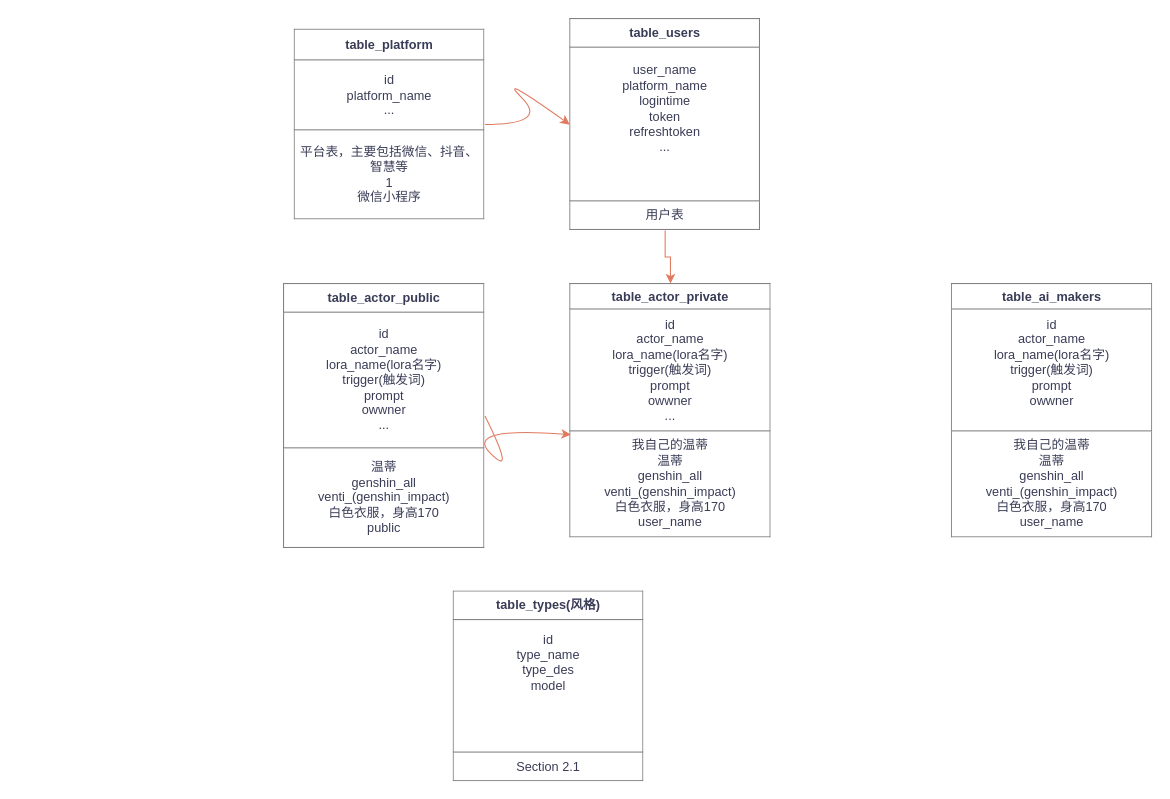
Before: 未命名绘图.drawio in caining0/aa_drawio, a draw.io diagram. Source tidied: cells renumbered, new cells numbered last; positions are measured from the earlier drawing's top-left corner, leaving out a move shared by most shapes. Both pictures are drawn from the tidied source at 106%, with x=0, y=0 at pixel (283, 18).
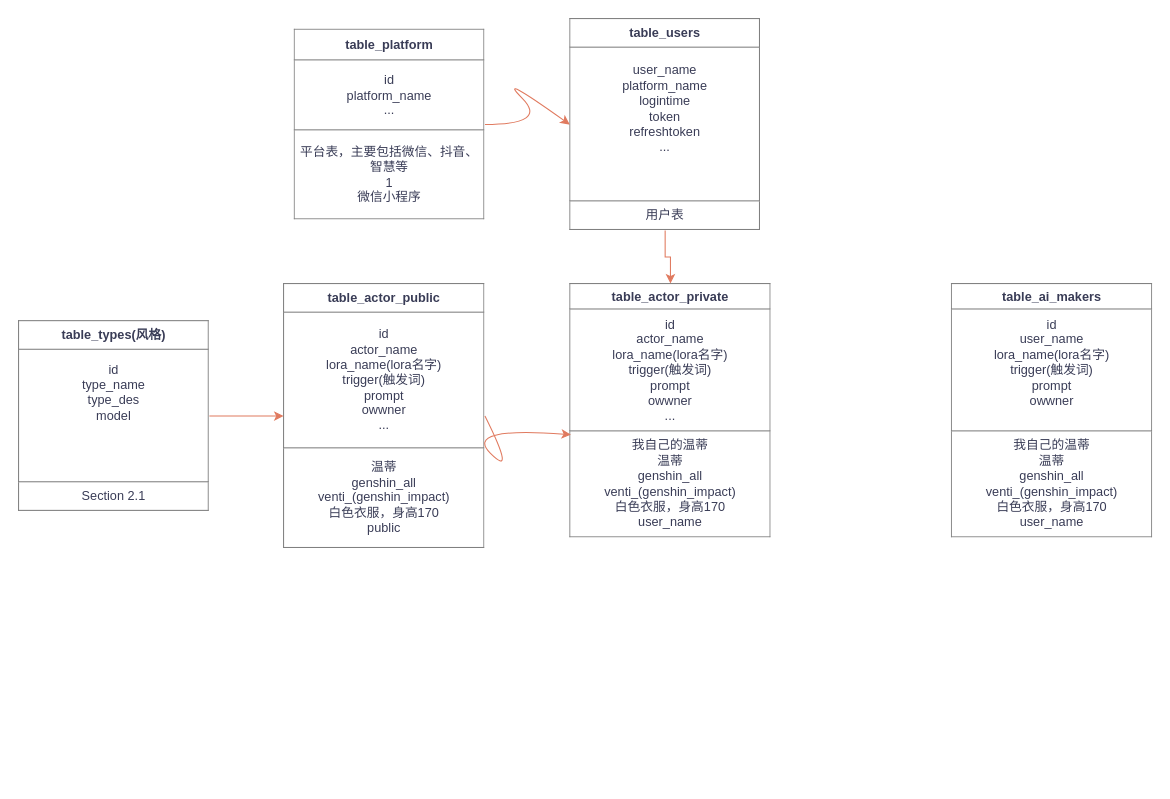
The same page after the edit.

Commit message:
更新未命名绘图.drawio

Diff of the diagram source:
```diff
@@
 <mxGraphModel>
   <root>
     <mxCell id="0" />
     <mxCell id="1" parent="0" />
     <mxCell id="2" value="&lt;table border=&quot;1&quot; width=&quot;100%&quot; height=&quot;100%&quot; cellpadding=&quot;4&quot; style=&quot;width:100%;height:100%;border-collapse:collapse;&quot;&gt;&lt;tbody&gt;&lt;tr&gt;&lt;th align=&quot;center&quot;&gt;table_actor_public&lt;/th&gt;&lt;/tr&gt;&lt;tr&gt;&lt;td align=&quot;center&quot;&gt;id&lt;br&gt;actor_name&lt;br&gt;lora_name(lora名字)&lt;br&gt;trigger(触发词)&lt;br&gt;prompt&lt;br&gt;owwner&lt;br&gt;...&lt;/td&gt;&lt;/tr&gt;&lt;tr&gt;&lt;td align=&quot;center&quot;&gt;温蒂&lt;br&gt;genshin_all&lt;br&gt;venti_(genshin_impact)&lt;br&gt;白色衣服，身高170&lt;br&gt;public&lt;/td&gt;&lt;/tr&gt;&lt;/tbody&gt;&lt;/table&gt;" style="text;html=1;whiteSpace=wrap;strokeColor=none;fillColor=none;overflow=fill;fontColor=#393C56;" parent="1" vertex="1">
       <mxGeometry y="250" width="190" height="250" as="geometry" />
     </mxCell>
     <mxCell id="3" value="&lt;table border=&quot;1&quot; width=&quot;100%&quot; height=&quot;100%&quot; cellpadding=&quot;4&quot; style=&quot;width:100%;height:100%;border-collapse:collapse;&quot;&gt;&lt;tbody&gt;&lt;tr&gt;&lt;th align=&quot;center&quot;&gt;table_actor_private&lt;/th&gt;&lt;/tr&gt;&lt;tr&gt;&lt;td align=&quot;center&quot;&gt;id&lt;br&gt;actor_name&lt;br&gt;lora_name(lora名字)&lt;br&gt;trigger(触发词)&lt;br&gt;prompt&lt;br&gt;owwner&lt;br&gt;...&lt;/td&gt;&lt;/tr&gt;&lt;tr&gt;&lt;td align=&quot;center&quot;&gt;我自己的温蒂&lt;br&gt;温蒂&lt;br&gt;genshin_all&lt;br&gt;venti_(genshin_impact)&lt;br&gt;白色衣服，身高170&lt;br&gt;user_name&lt;br&gt;&lt;/td&gt;&lt;/tr&gt;&lt;/tbody&gt;&lt;/table&gt;" style="text;html=1;whiteSpace=wrap;strokeColor=none;fillColor=none;overflow=fill;fontColor=#393C56;" parent="1" vertex="1">
       <mxGeometry x="270" y="250" width="190" height="240" as="geometry" />
     </mxCell>
+    <mxCell id="11" style="edgeStyle=orthogonalEdgeStyle;rounded=0;jettySize=auto;html=1;strokeColor=#E07A5F;fontColor=#393C56;fillColor=#F2CC8F;" parent="1" edge="1" source="4" target="2">
+      <mxGeometry relative="1" as="geometry" />
+    </mxCell>
     <mxCell id="4" value="&lt;table border=&quot;1&quot; width=&quot;100%&quot; height=&quot;100%&quot; cellpadding=&quot;4&quot; style=&quot;width:100%;height:100%;border-collapse:collapse;&quot;&gt;&lt;tbody&gt;&lt;tr&gt;&lt;th align=&quot;center&quot;&gt;table_types(风格)&lt;/th&gt;&lt;/tr&gt;&lt;tr&gt;&lt;td align=&quot;center&quot;&gt;id&lt;br&gt;type_name&lt;br&gt;type_des&lt;br&gt;model&lt;br&gt;&lt;br&gt;&lt;br&gt;&lt;br&gt;&lt;/td&gt;&lt;/tr&gt;&lt;tr&gt;&lt;td align=&quot;center&quot;&gt;Section 2.1&lt;br&gt;&lt;/td&gt;&lt;/tr&gt;&lt;/tbody&gt;&lt;/table&gt;" style="text;html=1;whiteSpace=wrap;strokeColor=none;fillColor=none;overflow=fill;fontColor=#393C56;" parent="1" vertex="1">
-      <mxGeometry x="160" y="540" width="180" height="180" as="geometry" />
+      <mxGeometry x="-250" y="285" width="180" height="180" as="geometry" />
     </mxCell>
     <mxCell id="5" style="edgeStyle=orthogonalEdgeStyle;rounded=0;jettySize=auto;html=1;strokeColor=#E07A5F;fontColor=#393C56;fillColor=#F2CC8F;" parent="1" edge="1" source="6" target="3">
       <mxGeometry relative="1" as="geometry" />
     </mxCell>
     <mxCell id="6" value="&lt;table border=&quot;1&quot; width=&quot;100%&quot; height=&quot;100%&quot; cellpadding=&quot;4&quot; style=&quot;width:100%;height:100%;border-collapse:collapse;&quot;&gt;&lt;tbody&gt;&lt;tr&gt;&lt;th align=&quot;center&quot;&gt;table_users&lt;/th&gt;&lt;/tr&gt;&lt;tr&gt;&lt;td align=&quot;center&quot;&gt;user_name&lt;br&gt;platform_name&lt;br&gt;logintime&lt;br&gt;token&lt;br&gt;refreshtoken&lt;br&gt;...&lt;br&gt;&lt;br&gt;&lt;br&gt;&lt;/td&gt;&lt;/tr&gt;&lt;tr&gt;&lt;td align=&quot;center&quot;&gt;用户表&lt;br&gt;&lt;/td&gt;&lt;/tr&gt;&lt;/tbody&gt;&lt;/table&gt;" style="text;html=1;whiteSpace=wrap;strokeColor=none;fillColor=none;overflow=fill;fontColor=#393C56;" parent="1" vertex="1">
       <mxGeometry x="270" width="180" height="200" as="geometry" />
     </mxCell>
     <mxCell id="7" value="&lt;table border=&quot;1&quot; width=&quot;100%&quot; height=&quot;100%&quot; cellpadding=&quot;4&quot; style=&quot;width:100%;height:100%;border-collapse:collapse;&quot;&gt;&lt;tbody&gt;&lt;tr&gt;&lt;th align=&quot;center&quot;&gt;table_platform&lt;/th&gt;&lt;/tr&gt;&lt;tr&gt;&lt;td align=&quot;center&quot;&gt;id&lt;br&gt;platform_name&lt;br&gt;...&lt;/td&gt;&lt;/tr&gt;&lt;tr&gt;&lt;td align=&quot;center&quot;&gt;平台表，主要包括微信、抖音、智慧等&lt;br&gt;1&lt;br&gt;微信小程序&lt;/td&gt;&lt;/tr&gt;&lt;/tbody&gt;&lt;/table&gt;" style="text;html=1;whiteSpace=wrap;strokeColor=none;fillColor=none;overflow=fill;fontColor=#393C56;" parent="1" vertex="1">
       <mxGeometry x="10" y="10" width="180" height="180" as="geometry" />
     </mxCell>
     <mxCell id="8" style="curved=1;endArrow=classic;html=1;rounded=0;strokeColor=#E07A5F;fontColor=#393C56;fillColor=#F2CC8F;entryX=0;entryY=0.5;entryDx=0;entryDy=0;exitX=1;exitY=0.5;exitDx=0;exitDy=0;" parent="1" edge="1" source="7" target="6">
       <mxGeometry relative="1" as="geometry">
         <Array as="points">
           <mxPoint x="250" y="100" />
           <mxPoint x="200" y="50" />
         </Array>
       </mxGeometry>
     </mxCell>
     <mxCell id="9" style="curved=1;endArrow=classic;html=1;rounded=0;strokeColor=#E07A5F;fontColor=#393C56;fillColor=#F2CC8F;entryX=0.006;entryY=0.594;entryDx=0;entryDy=0;exitX=1;exitY=0.5;exitDx=0;exitDy=0;entryPerimeter=0;" parent="1" edge="1" source="2" target="3">
       <mxGeometry relative="1" as="geometry">
         <Array as="points">
           <mxPoint x="220" y="435" />
           <mxPoint x="170" y="385" />
         </Array>
       </mxGeometry>
     </mxCell>
-    <mxCell id="10" value="&lt;table border=&quot;1&quot; width=&quot;100%&quot; height=&quot;100%&quot; cellpadding=&quot;4&quot; style=&quot;width:100%;height:100%;border-collapse:collapse;&quot;&gt;&lt;tbody&gt;&lt;tr&gt;&lt;th align=&quot;center&quot;&gt;table_ai_makers&lt;/th&gt;&lt;/tr&gt;&lt;tr&gt;&lt;td align=&quot;center&quot;&gt;id&lt;br&gt;actor_name&lt;br&gt;lora_name(lora名字)&lt;br&gt;trigger(触发词)&lt;br&gt;prompt&lt;br&gt;owwner&lt;br&gt;&lt;br&gt;&lt;/td&gt;&lt;/tr&gt;&lt;tr&gt;&lt;td align=&quot;center&quot;&gt;我自己的温蒂&lt;br&gt;温蒂&lt;br&gt;genshin_all&lt;br&gt;venti_(genshin_impact)&lt;br&gt;白色衣服，身高170&lt;br&gt;user_name&lt;br&gt;&lt;/td&gt;&lt;/tr&gt;&lt;/tbody&gt;&lt;/table&gt;" style="text;html=1;whiteSpace=wrap;strokeColor=none;fillColor=none;overflow=fill;fontColor=#393C56;" parent="1" vertex="1">
+    <mxCell id="10" value="&lt;table border=&quot;1&quot; width=&quot;100%&quot; height=&quot;100%&quot; cellpadding=&quot;4&quot; style=&quot;width:100%;height:100%;border-collapse:collapse;&quot;&gt;&lt;tbody&gt;&lt;tr&gt;&lt;th align=&quot;center&quot;&gt;table_ai_makers&lt;/th&gt;&lt;/tr&gt;&lt;tr&gt;&lt;td align=&quot;center&quot;&gt;id&lt;br&gt;user_name&lt;br&gt;lora_name(lora名字)&lt;br&gt;trigger(触发词)&lt;br&gt;prompt&lt;br&gt;owwner&lt;br&gt;&lt;br&gt;&lt;/td&gt;&lt;/tr&gt;&lt;tr&gt;&lt;td align=&quot;center&quot;&gt;我自己的温蒂&lt;br&gt;温蒂&lt;br&gt;genshin_all&lt;br&gt;venti_(genshin_impact)&lt;br&gt;白色衣服，身高170&lt;br&gt;user_name&lt;br&gt;&lt;/td&gt;&lt;/tr&gt;&lt;/tbody&gt;&lt;/table&gt;" style="text;html=1;whiteSpace=wrap;strokeColor=none;fillColor=none;overflow=fill;fontColor=#393C56;" parent="1" vertex="1">
       <mxGeometry x="630" y="250" width="190" height="240" as="geometry" />
     </mxCell>
   </root>
 </mxGraphModel>
```
